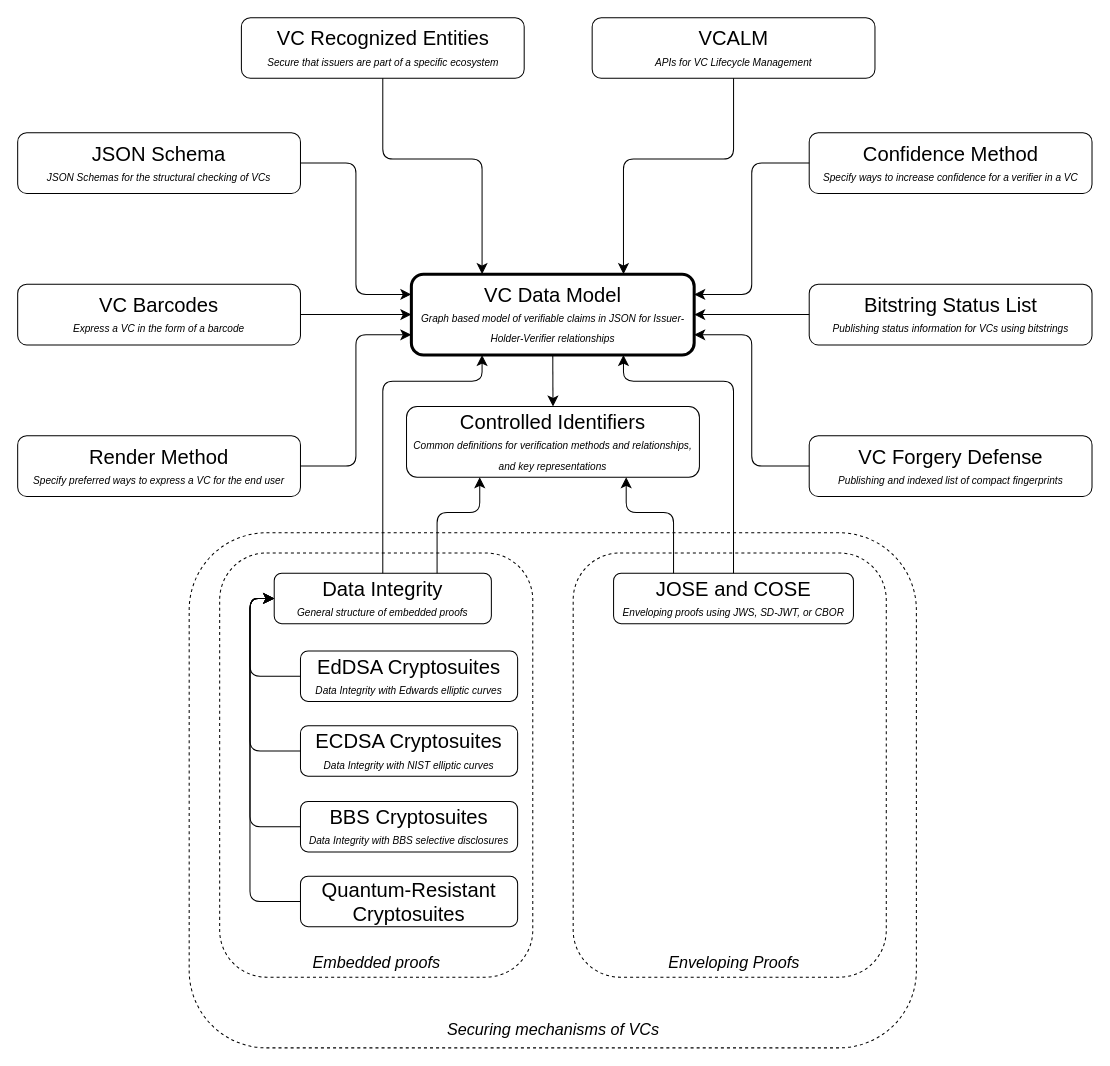
Before: diagrams/VCWG_specifications.drawio in iherman/vc-overview-1.1, a draw.io diagram. Source tidied: cells renumbered, new cells numbered last; positions are measured from the earlier drawing's top-left corner, leaving out a move shared by most shapes. Both pictures are drawn from the tidied source at 101%, with x=0, y=0 at pixel (17, 17).
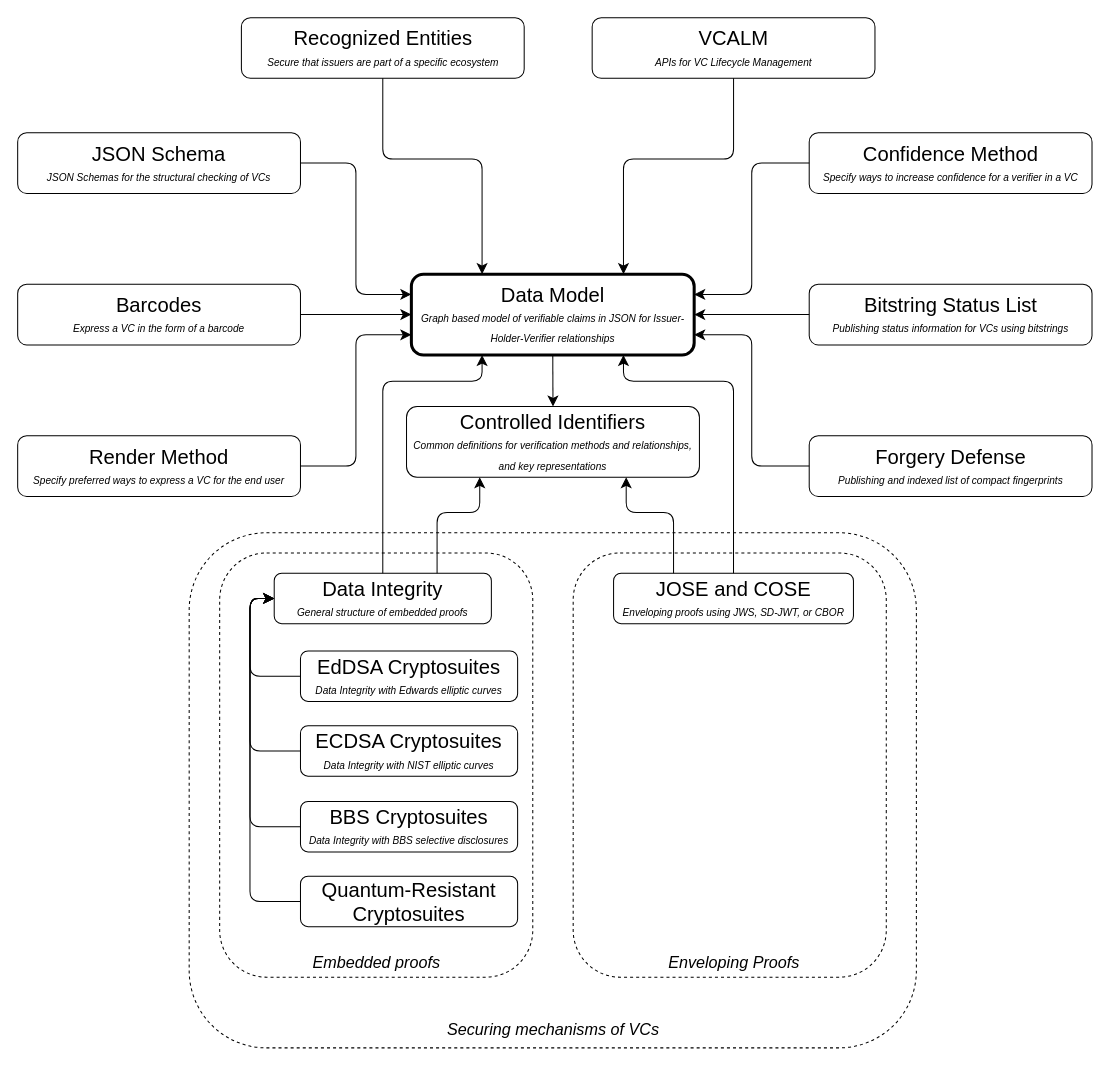
After the change.

Commit message (it also covers changes not shown here):
update specification diagram

Diff of the diagram source:
```diff
@@
-    <mxCell id="17" value="&lt;font style=&quot;font-size: 20px;&quot;&gt;VC Data Model&lt;/font&gt;&lt;br&gt;&lt;font style=&quot;font-size: 10px;&quot;&gt;&lt;i&gt;Graph based model of verifiable claims in JSON for Issuer-Holder-Verifier relationships&lt;/i&gt;&lt;/font&gt;" style="rounded=1;whiteSpace=wrap;html=1;fontSize=16;labelBackgroundColor=none;fillColor=none;strokeWidth=3;" parent="1" vertex="1">
+    <mxCell id="17" value="&lt;font style=&quot;font-size: 20px;&quot;&gt;Data Model&lt;/font&gt;&lt;br&gt;&lt;font style=&quot;font-size: 10px;&quot;&gt;&lt;i&gt;Graph based model of verifiable claims in JSON for Issuer-Holder-Verifier relationships&lt;/i&gt;&lt;/font&gt;" style="rounded=1;whiteSpace=wrap;html=1;fontSize=16;labelBackgroundColor=none;fillColor=none;strokeWidth=3;" parent="1" vertex="1">
       <mxGeometry x="389.8" y="254" width="280" height="80" as="geometry" />
     </mxCell>
@@
-    <mxCell id="27" value="&lt;div&gt;&lt;font style=&quot;&quot;&gt;&lt;span style=&quot;font-size: 20px;&quot;&gt;VC Barcodes&lt;/span&gt;&lt;/font&gt;&lt;/div&gt;&lt;div&gt;&lt;font style=&quot;&quot;&gt;&lt;i style=&quot;font-size: 10px;&quot;&gt;Express a VC in the form of a barcode&lt;/i&gt;&lt;br&gt;&lt;/font&gt;&lt;/div&gt;" style="rounded=1;whiteSpace=wrap;html=1;fontSize=16;labelBackgroundColor=none;fillColor=none;" parent="1" vertex="1">
+    <mxCell id="27" value="&lt;div&gt;&lt;font style=&quot;&quot;&gt;&lt;span style=&quot;font-size: 20px;&quot;&gt;Barcodes&lt;/span&gt;&lt;/font&gt;&lt;/div&gt;&lt;div&gt;&lt;font style=&quot;&quot;&gt;&lt;i style=&quot;font-size: 10px;&quot;&gt;Express a VC in the form of a barcode&lt;/i&gt;&lt;br&gt;&lt;/font&gt;&lt;/div&gt;" style="rounded=1;whiteSpace=wrap;html=1;fontSize=16;labelBackgroundColor=none;fillColor=none;" parent="1" vertex="1">
       <mxGeometry y="264" width="280" height="60" as="geometry" />
     </mxCell>
@@
-    <mxCell id="32" value="&lt;div&gt;&lt;font style=&quot;&quot;&gt;&lt;span style=&quot;font-size: 20px;&quot;&gt;VC Forgery Defense&lt;/span&gt;&lt;/font&gt;&lt;/div&gt;&lt;div&gt;&lt;font style=&quot;&quot;&gt;&lt;i style=&quot;font-size: 10px;&quot;&gt;Publishing and indexed list of compact fingerprints&lt;/i&gt;&lt;br&gt;&lt;/font&gt;&lt;/div&gt;" style="rounded=1;whiteSpace=wrap;html=1;fontSize=16;labelBackgroundColor=none;fillColor=none;" parent="1" vertex="1">
+    <mxCell id="32" value="&lt;div&gt;&lt;font style=&quot;&quot;&gt;&lt;span style=&quot;font-size: 20px;&quot;&gt;Forgery Defense&lt;/span&gt;&lt;/font&gt;&lt;/div&gt;&lt;div&gt;&lt;font style=&quot;&quot;&gt;&lt;i style=&quot;font-size: 10px;&quot;&gt;Publishing and indexed list of compact fingerprints&lt;/i&gt;&lt;br&gt;&lt;/font&gt;&lt;/div&gt;" style="rounded=1;whiteSpace=wrap;html=1;fontSize=16;labelBackgroundColor=none;fillColor=none;" parent="1" vertex="1">
       <mxGeometry x="783.7" y="414" width="280" height="60" as="geometry" />
     </mxCell>
@@
-    <mxCell id="36" value="&lt;div&gt;&lt;font style=&quot;&quot;&gt;&lt;span style=&quot;font-size: 20px;&quot;&gt;VC Recognized Entities&lt;/span&gt;&lt;/font&gt;&lt;/div&gt;&lt;div&gt;&lt;font style=&quot;font-size: 10px;&quot;&gt;&lt;i&gt;Secure that issuers are part of a specific ecosystem&lt;/i&gt;&lt;/font&gt;&lt;/div&gt;" style="rounded=1;whiteSpace=wrap;html=1;fontSize=16;labelBackgroundColor=none;fillColor=none;" parent="1" vertex="1">
+    <mxCell id="36" value="&lt;div&gt;&lt;font style=&quot;&quot;&gt;&lt;span style=&quot;font-size: 20px;&quot;&gt;Recognized Entities&lt;/span&gt;&lt;/font&gt;&lt;/div&gt;&lt;div&gt;&lt;font style=&quot;font-size: 10px;&quot;&gt;&lt;i&gt;Secure that issuers are part of a specific ecosystem&lt;/i&gt;&lt;/font&gt;&lt;/div&gt;" style="rounded=1;whiteSpace=wrap;html=1;fontSize=16;labelBackgroundColor=none;fillColor=none;" parent="1" vertex="1">
       <mxGeometry x="221.5" width="280" height="60" as="geometry" />
     </mxCell>
```
